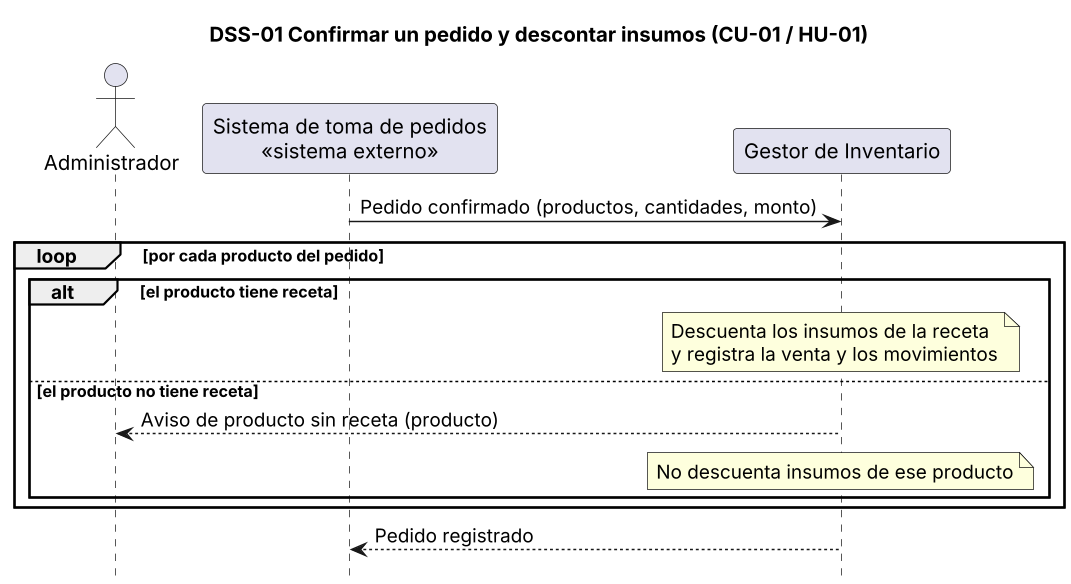
lambtto/Gestor-Inventario-Brookie keeps this PlantUML diagram as diagramas/dss-01.png. Above is the earlier version. Its diagram source:
```plantuml
@startuml dss-01
title DSS-01 Confirmar un pedido y descontar insumos (CU-01 / HU-01)
skinparam dpi 140
hide footbox
actor Administrador as Adm
participant "Sistema de toma de pedidos\n<<sistema externo>>" as SP
participant "Gestor de Inventario" as G

SP -> G : Pedido confirmado (productos, cantidades, monto)
loop por cada producto del pedido
  alt el producto tiene receta
    note over G : Descuenta los insumos de la receta\ny registra la venta y los movimientos
  else el producto no tiene receta
    G --> Adm : Aviso de producto sin receta (producto)
    note over G : No descuenta insumos de ese producto
  end
end
G --> SP : Pedido registrado
@enduml
```
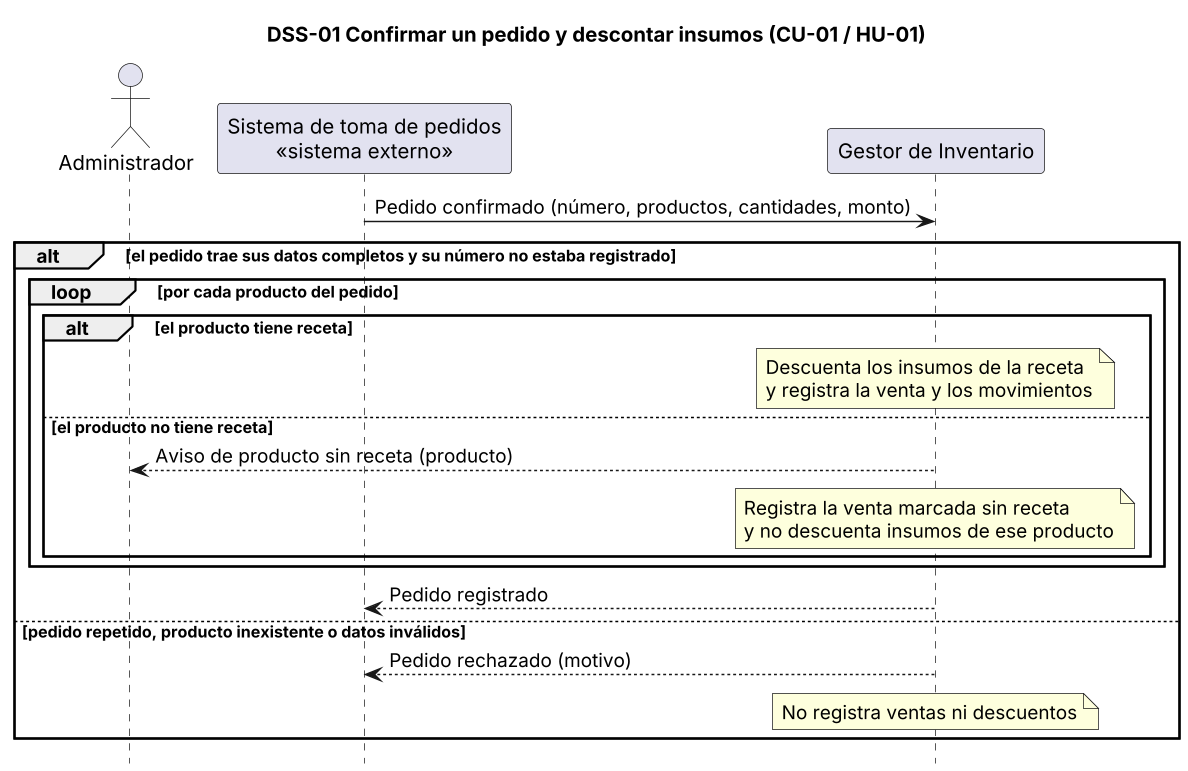
The same file after the commit.

Change to the diagram source:
```diff
@@ -6,14 +6,19 @@
 participant "Sistema de toma de pedidos\n<<sistema externo>>" as SP
 participant "Gestor de Inventario" as G
 
-SP -> G : Pedido confirmado (productos, cantidades, monto)
-loop por cada producto del pedido
-  alt el producto tiene receta
-    note over G : Descuenta los insumos de la receta\ny registra la venta y los movimientos
-  else el producto no tiene receta
-    G --> Adm : Aviso de producto sin receta (producto)
-    note over G : No descuenta insumos de ese producto
+SP -> G : Pedido confirmado (número, productos, cantidades, monto)
+alt el pedido trae sus datos completos y su número no estaba registrado
+  loop por cada producto del pedido
+    alt el producto tiene receta
+      note over G : Descuenta los insumos de la receta\ny registra la venta y los movimientos
+    else el producto no tiene receta
+      G --> Adm : Aviso de producto sin receta (producto)
+      note over G : Registra la venta marcada sin receta\ny no descuenta insumos de ese producto
+    end
   end
+  G --> SP : Pedido registrado
+else pedido repetido, producto inexistente o datos inválidos
+  G --> SP : Pedido rechazado (motivo)
+  note over G : No registra ventas ni descuentos
 end
-G --> SP : Pedido registrado
 @enduml
```
